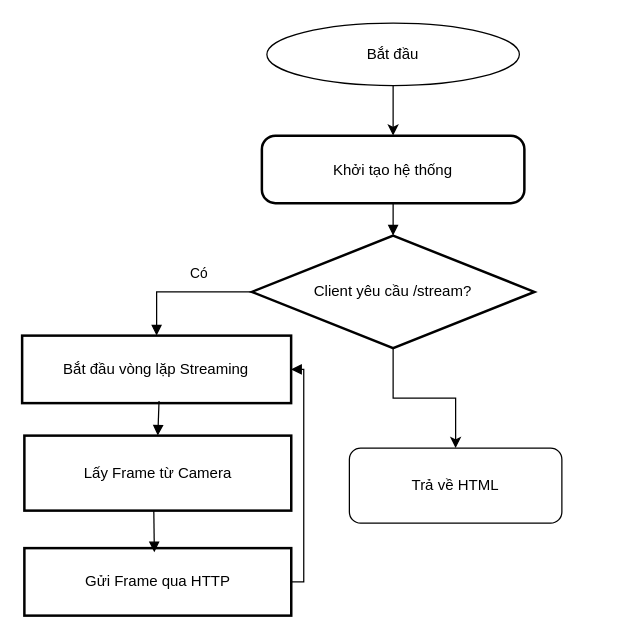
Earlier version of the draw.io diagram figures/module2_flow.drawio (wikibird2024/thesis_latex). Source tidied: cells renumbered, new cells numbered last; positions are measured from the earlier drawing's top-left corner, leaving out a move shared by most shapes. Both pictures are drawn from the tidied source at 125%, with x=0, y=0 at pixel (21, 22).
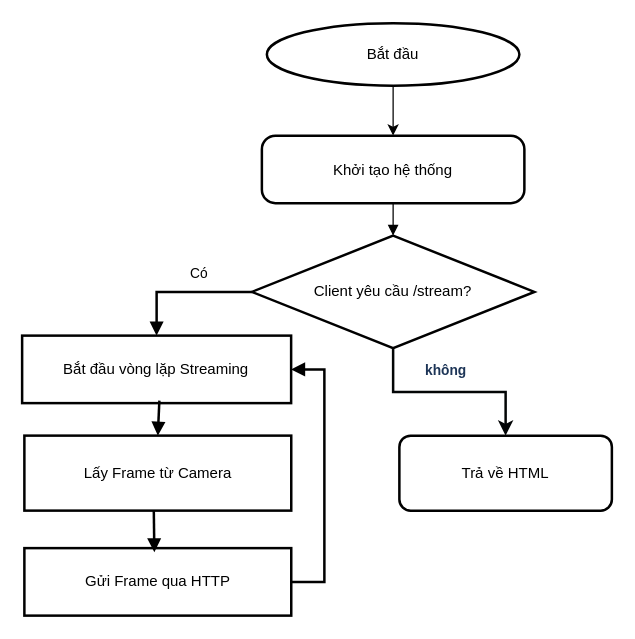
The same page after the edit.

What changed in the source:
```diff
@@
 <mxGraphModel>
   <root>
     <mxCell id="0" />
     <mxCell id="1" parent="0" />
     <mxCell id="2" value="Khởi tạo hệ thống" style="rounded=1;arcSize=20;strokeWidth=2;labelBackgroundColor=none;" parent="1" vertex="1">
       <mxGeometry x="192" y="90" width="210" height="54" as="geometry" />
     </mxCell>
-    <mxCell id="3" style="edgeStyle=orthogonalEdgeStyle;rounded=0;jettySize=auto;html=1;exitX=0.5;exitY=1;exitDx=0;exitDy=0;fontColor=default;labelBackgroundColor=none;" parent="1" edge="1" source="4" target="15">
-      <mxGeometry relative="1" as="geometry" />
-    </mxCell>
     <mxCell id="4" value="Client yêu cầu /stream?" style="rhombus;strokeWidth=2;whiteSpace=wrap;labelBackgroundColor=none;" parent="1" vertex="1">
       <mxGeometry x="184" y="170" width="226" height="90" as="geometry" />
     </mxCell>
     <mxCell id="5" value="Bắt đầu vòng lặp Streaming" style="whiteSpace=wrap;strokeWidth=2;labelBackgroundColor=none;" parent="1" vertex="1">
       <mxGeometry x="0.2" y="250" width="215.2" height="54" as="geometry" />
     </mxCell>
     <mxCell id="6" value="Lấy Frame từ Camera" style="whiteSpace=wrap;strokeWidth=2;labelBackgroundColor=none;" parent="1" vertex="1">
       <mxGeometry x="2" y="330" width="213.5" height="60" as="geometry" />
     </mxCell>
     <mxCell id="7" value="Gửi Frame qua HTTP" style="whiteSpace=wrap;strokeWidth=2;labelBackgroundColor=none;" parent="1" vertex="1">
       <mxGeometry x="2" y="420" width="213.5" height="54" as="geometry" />
     </mxCell>
     <mxCell id="8" style="curved=1;startArrow=none;endArrow=block;exitX=0.5;exitY=1;entryX=0.5;entryY=0;rounded=0;labelBackgroundColor=none;fontColor=default;" parent="1" edge="1" source="2" target="4">
       <mxGeometry relative="1" as="geometry" />
     </mxCell>
-    <mxCell id="9" value="Có" style="startArrow=none;endArrow=block;exitX=0;exitY=0.5;entryX=0.5;entryY=0.01;rounded=0;exitDx=0;exitDy=0;edgeStyle=orthogonalEdgeStyle;labelBackgroundColor=none;fontColor=default;" parent="1" edge="1" source="4" target="5">
+    <mxCell id="9" value="Có" style="startArrow=none;endArrow=block;exitX=0;exitY=0.5;entryX=0.5;entryY=0.01;rounded=0;exitDx=0;exitDy=0;edgeStyle=orthogonalEdgeStyle;labelBackgroundColor=none;fontColor=default;strokeWidth=2;" parent="1" edge="1" source="4" target="5">
       <mxGeometry x="-0.24" y="-15" relative="1" as="geometry" />
     </mxCell>
-    <mxCell id="10" style="startArrow=none;endArrow=block;exitX=0.509;exitY=0.967;entryX=0.5;entryY=0.01;rounded=0;exitDx=0;exitDy=0;exitPerimeter=0;labelBackgroundColor=none;fontColor=default;" parent="1" edge="1" source="5" target="6">
-      <mxGeometry relative="1" as="geometry" />
+    <mxCell id="10" style="startArrow=none;endArrow=block;entryX=0.5;entryY=0.01;rounded=0;labelBackgroundColor=none;fontColor=default;strokeWidth=2;" parent="1" edge="1" target="6">
+      <mxGeometry relative="1" as="geometry">
+        <mxPoint x="110" y="302" as="sourcePoint" />
+      </mxGeometry>
     </mxCell>
-    <mxCell id="11" style="startArrow=none;endArrow=block;exitX=0.485;exitY=1;entryX=0.487;entryY=0.062;rounded=0;entryDx=0;entryDy=0;entryPerimeter=0;exitDx=0;exitDy=0;exitPerimeter=0;labelBackgroundColor=none;fontColor=default;" parent="1" edge="1" source="6" target="7">
+    <mxCell id="11" style="startArrow=none;endArrow=block;exitX=0.485;exitY=1;entryX=0.487;entryY=0.062;rounded=0;entryDx=0;entryDy=0;entryPerimeter=0;exitDx=0;exitDy=0;exitPerimeter=0;labelBackgroundColor=none;fontColor=default;strokeWidth=2;" parent="1" edge="1" source="6" target="7">
       <mxGeometry relative="1" as="geometry" />
     </mxCell>
-    <mxCell id="12" style="startArrow=none;endArrow=block;exitX=1;exitY=0.5;entryX=1;entryY=0.5;rounded=0;entryDx=0;entryDy=0;exitDx=0;exitDy=0;edgeStyle=orthogonalEdgeStyle;labelBackgroundColor=none;fontColor=default;" parent="1" edge="1" source="7" target="5">
-      <mxGeometry relative="1" as="geometry" />
+    <mxCell id="12" style="startArrow=none;endArrow=block;exitX=1;exitY=0.5;entryX=1;entryY=0.5;rounded=0;entryDx=0;entryDy=0;exitDx=0;exitDy=0;edgeStyle=orthogonalEdgeStyle;labelBackgroundColor=none;fontColor=default;strokeWidth=2;" parent="1" edge="1" source="7" target="5">
+      <mxGeometry relative="1" as="geometry">
+        <Array as="points">
+          <mxPoint x="242" y="447" />
+          <mxPoint x="242" y="277" />
+        </Array>
+      </mxGeometry>
     </mxCell>
     <mxCell id="13" style="edgeStyle=orthogonalEdgeStyle;rounded=0;jettySize=auto;html=1;labelBackgroundColor=none;fontColor=default;" parent="1" edge="1" source="14" target="2">
       <mxGeometry relative="1" as="geometry" />
     </mxCell>
-    <mxCell id="14" value="Bắt đầu" style="ellipse;whiteSpace=wrap;html=1;labelBackgroundColor=none;" parent="1" vertex="1">
+    <mxCell id="14" value="Bắt đầu" style="ellipse;whiteSpace=wrap;html=1;labelBackgroundColor=none;strokeWidth=2;" parent="1" vertex="1">
       <mxGeometry x="196" width="202" height="50" as="geometry" />
     </mxCell>
-    <mxCell id="15" value="Trả về HTML" style="rounded=1;whiteSpace=wrap;html=1;labelBackgroundColor=none;" parent="1" vertex="1">
-      <mxGeometry x="262" y="340" width="170" height="60" as="geometry" />
+    <mxCell id="15" value="Trả về HTML" style="rounded=1;whiteSpace=wrap;html=1;labelBackgroundColor=none;strokeWidth=2;" parent="1" vertex="1">
+      <mxGeometry x="302" y="330" width="170" height="60" as="geometry" />
     </mxCell>
+    <mxCell id="3" style="edgeStyle=orthogonalEdgeStyle;rounded=0;jettySize=auto;html=1;entryX=0.5;entryY=0;entryDx=0;entryDy=0;strokeColor=#030506;fontColor=#1D3557;fillColor=#A8DADC;exitX=0.5;exitY=1;exitDx=0;exitDy=0;strokeWidth=2;" parent="1" edge="1" source="4" target="15">
+      <mxGeometry relative="1" as="geometry" />
+    </mxCell>
+    <mxCell id="16" value="&lt;b&gt;không&lt;/b&gt;" style="edgeLabel;html=1;align=center;verticalAlign=middle;strokeColor=#457B9D;fontColor=#1D3557;fillColor=#A8DADC;" parent="3" vertex="1">
+      <mxGeometry x="-0.05" y="-1" relative="1" as="geometry">
+        <mxPoint y="-19" as="offset" />
+      </mxGeometry>
+    </mxCell>
   </root>
 </mxGraphModel>
```
